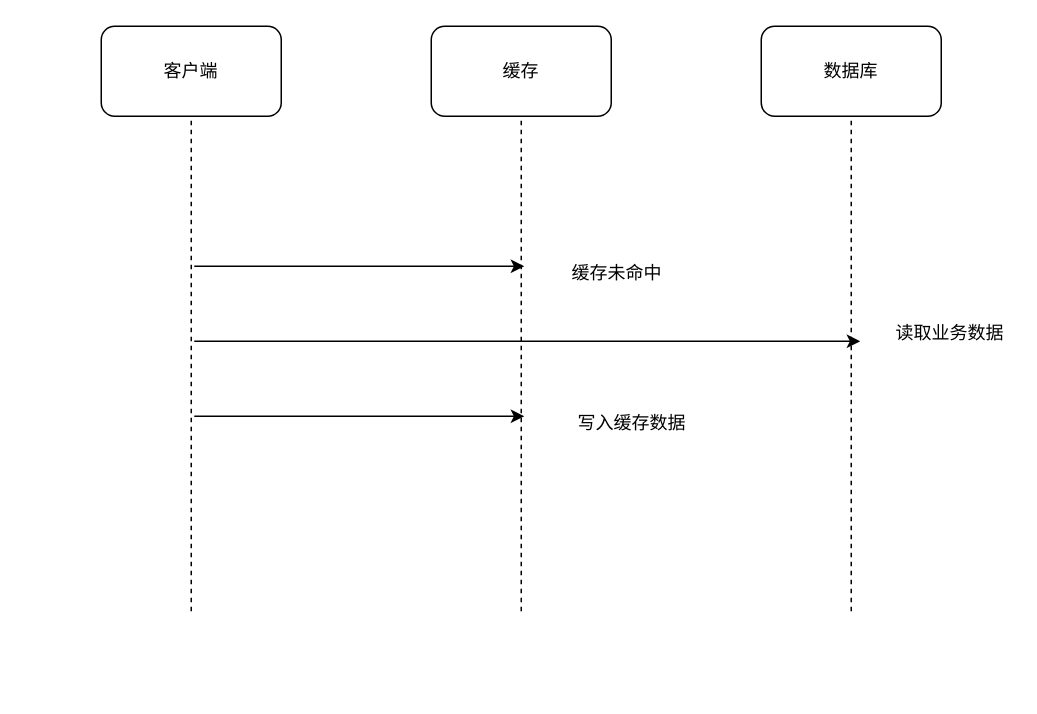
This is page "旁路缓存策略 - 先删除缓存再更新数据的错误" (4 of 4) of folder/Redis 缓存一致性 1.drawio from SolarAA-11/drawio, a draw.io file, before an edit. Source tidied: cells renumbered, new cells numbered last; positions are measured from the earlier drawing's top-left corner, leaving out a move shared by most shapes. Both pictures are drawn from the tidied source at 150%, with x=0, y=0 at pixel (100, 26).
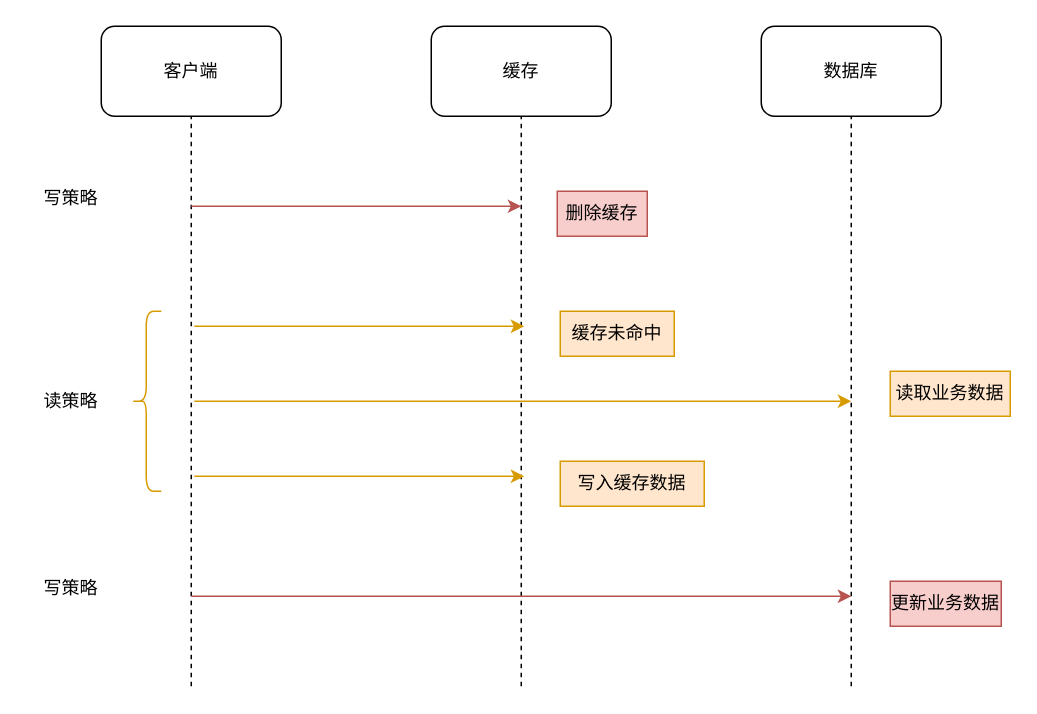
The same diagram, later.

Commit message:
Redis 缓存一致性 1.drawio

Unchanged cells that the change refers to:
```xml
<mxCell id="2" value="客户端" style="rounded=1;whiteSpace=wrap;html=1;" parent="1" vertex="1">
  <mxGeometry width="120" height="60" as="geometry" />
</mxCell>
<mxCell id="3" value="缓存" style="rounded=1;whiteSpace=wrap;html=1;" parent="1" vertex="1">
  <mxGeometry x="220" width="120" height="60" as="geometry" />
</mxCell>
<mxCell id="4" value="数据库" style="rounded=1;whiteSpace=wrap;html=1;" parent="1" vertex="1">
  <mxGeometry x="440" width="120" height="60" as="geometry" />
</mxCell>
```

Change to the diagram source:
```diff
@@
     <mxCell id="5" style="endArrow=none;dashed=1;html=1;rounded=0;entryX=0.5;entryY=1;entryDx=0;entryDy=0;" parent="1" edge="1" target="2">
       <mxGeometry relative="1" as="geometry">
-        <mxPoint x="60" y="390" as="sourcePoint" />
+        <mxPoint x="60" y="440" as="sourcePoint" />
       </mxGeometry>
     </mxCell>
     <mxCell id="6" style="endArrow=none;dashed=1;html=1;rounded=0;entryX=0.5;entryY=1;entryDx=0;entryDy=0;" parent="1" edge="1" target="3">
       <mxGeometry relative="1" as="geometry">
-        <mxPoint x="280" y="390" as="sourcePoint" />
+        <mxPoint x="280" y="440" as="sourcePoint" />
       </mxGeometry>
     </mxCell>
     <mxCell id="7" style="endArrow=none;dashed=1;html=1;rounded=0;entryX=0.5;entryY=1;entryDx=0;entryDy=0;" parent="1" edge="1" target="4">
       <mxGeometry relative="1" as="geometry">
-        <mxPoint x="500" y="390" as="sourcePoint" />
+        <mxPoint x="500" y="440" as="sourcePoint" />
       </mxGeometry>
     </mxCell>
-    <mxCell id="8" style="endArrow=classic;html=1;rounded=0;" parent="1" edge="1">
+    <mxCell id="8" style="endArrow=classic;html=1;rounded=0;fillColor=#ffe6cc;strokeColor=#d79b00;" parent="1" edge="1">
       <mxGeometry relative="1" as="geometry">
-        <mxPoint x="62" y="160" as="sourcePoint" />
-        <mxPoint x="282" y="160" as="targetPoint" />
+        <mxPoint x="62" y="200" as="sourcePoint" />
+        <mxPoint x="282" y="200" as="targetPoint" />
       </mxGeometry>
     </mxCell>
-    <mxCell id="9" style="endArrow=classic;html=1;rounded=0;" parent="1" edge="1">
+    <mxCell id="9" style="endArrow=classic;html=1;rounded=0;fillColor=#ffe6cc;strokeColor=#d79b00;" parent="1" edge="1">
       <mxGeometry relative="1" as="geometry">
-        <mxPoint x="62" y="210" as="sourcePoint" />
-        <mxPoint x="506" y="210" as="targetPoint" />
+        <mxPoint x="62" y="250" as="sourcePoint" />
+        <mxPoint x="500" y="250" as="targetPoint" />
       </mxGeometry>
     </mxCell>
-    <mxCell id="10" style="endArrow=classic;html=1;rounded=0;" parent="1" edge="1">
+    <mxCell id="10" style="endArrow=classic;html=1;rounded=0;fillColor=#ffe6cc;strokeColor=#d79b00;" parent="1" edge="1">
       <mxGeometry relative="1" as="geometry">
-        <mxPoint x="62" y="260" as="sourcePoint" />
-        <mxPoint x="282" y="260" as="targetPoint" />
+        <mxPoint x="62" y="300" as="sourcePoint" />
+        <mxPoint x="282" y="300" as="targetPoint" />
       </mxGeometry>
     </mxCell>
-    <mxCell id="11" value="缓存未命中" style="text;html=1;strokeColor=none;fillColor=none;align=center;verticalAlign=middle;whiteSpace=wrap;rounded=0;" parent="1" vertex="1">
-      <mxGeometry x="306" y="150" width="76" height="30" as="geometry" />
+    <mxCell id="11" value="缓存未命中" style="text;html=1;strokeColor=#d79b00;fillColor=#ffe6cc;align=center;verticalAlign=middle;whiteSpace=wrap;rounded=0;" parent="1" vertex="1">
+      <mxGeometry x="306" y="190" width="76" height="30" as="geometry" />
     </mxCell>
-    <mxCell id="12" value="读取业务数据" style="text;html=1;strokeColor=none;fillColor=none;align=center;verticalAlign=middle;whiteSpace=wrap;rounded=0;" parent="1" vertex="1">
-      <mxGeometry x="526" y="190" width="80" height="30" as="geometry" />
+    <mxCell id="12" value="读取业务数据" style="text;html=1;strokeColor=#d79b00;fillColor=#ffe6cc;align=center;verticalAlign=middle;whiteSpace=wrap;rounded=0;" parent="1" vertex="1">
+      <mxGeometry x="526" y="230" width="80" height="30" as="geometry" />
     </mxCell>
-    <mxCell id="13" value="写入缓存数据" style="text;html=1;strokeColor=none;fillColor=none;align=center;verticalAlign=middle;whiteSpace=wrap;rounded=0;" parent="1" vertex="1">
-      <mxGeometry x="306" y="250" width="96" height="30" as="geometry" />
+    <mxCell id="13" value="写入缓存数据" style="text;html=1;strokeColor=#d79b00;fillColor=#ffe6cc;align=center;verticalAlign=middle;whiteSpace=wrap;rounded=0;" parent="1" vertex="1">
+      <mxGeometry x="306" y="290" width="96" height="30" as="geometry" />
     </mxCell>
+    <mxCell id="14" style="shape=curlyBracket;whiteSpace=wrap;html=1;rounded=1;labelPosition=left;verticalLabelPosition=middle;align=right;verticalAlign=middle;fillColor=#ffe6cc;strokeColor=#d79b00;" parent="1" vertex="1">
+      <mxGeometry x="20" y="190" width="20" height="120" as="geometry" />
+    </mxCell>
+    <mxCell id="15" value="读策略" style="text;html=1;strokeColor=none;fillColor=none;align=center;verticalAlign=middle;whiteSpace=wrap;rounded=0;" parent="1" vertex="1">
+      <mxGeometry x="-50" y="235" width="60" height="30" as="geometry" />
+    </mxCell>
+    <mxCell id="16" style="endArrow=classic;html=1;rounded=0;fillColor=#f8cecc;strokeColor=#b85450;" parent="1" edge="1">
+      <mxGeometry relative="1" as="geometry">
+        <mxPoint x="60" y="120" as="sourcePoint" />
+        <mxPoint x="280" y="120" as="targetPoint" />
+      </mxGeometry>
+    </mxCell>
+    <mxCell id="17" value="删除缓存" style="text;html=1;strokeColor=#b85450;fillColor=#f8cecc;align=center;verticalAlign=middle;whiteSpace=wrap;rounded=0;" parent="1" vertex="1">
+      <mxGeometry x="304" y="110" width="60" height="30" as="geometry" />
+    </mxCell>
+    <mxCell id="18" style="endArrow=classic;html=1;rounded=0;fillColor=#f8cecc;strokeColor=#b85450;" parent="1" edge="1">
+      <mxGeometry relative="1" as="geometry">
+        <mxPoint x="60" y="380" as="sourcePoint" />
+        <mxPoint x="500" y="380" as="targetPoint" />
+      </mxGeometry>
+    </mxCell>
+    <mxCell id="19" value="更新业务数据" style="text;html=1;strokeColor=#b85450;fillColor=#f8cecc;align=center;verticalAlign=middle;whiteSpace=wrap;rounded=0;" parent="1" vertex="1">
+      <mxGeometry x="526" y="370" width="74" height="30" as="geometry" />
+    </mxCell>
+    <mxCell id="20" value="写策略" style="text;html=1;strokeColor=none;fillColor=none;align=center;verticalAlign=middle;whiteSpace=wrap;rounded=0;" parent="1" vertex="1">
+      <mxGeometry x="-50" y="100" width="60" height="30" as="geometry" />
+    </mxCell>
+    <mxCell id="21" value="写策略" style="text;html=1;strokeColor=none;fillColor=none;align=center;verticalAlign=middle;whiteSpace=wrap;rounded=0;" parent="1" vertex="1">
+      <mxGeometry x="-50" y="360" width="60" height="30" as="geometry" />
+    </mxCell>
```
